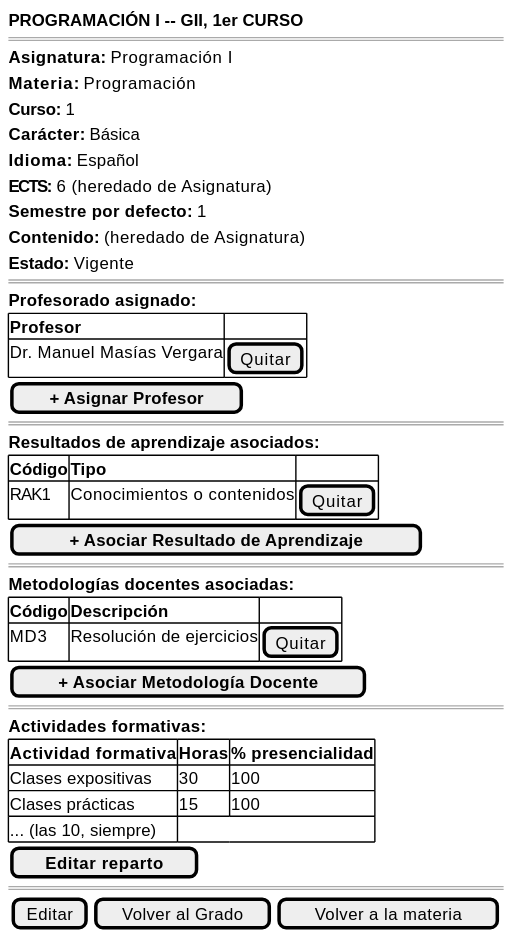
This is images/RUP/01-requisitos/03-detalle-casos-uso/abrirAsignaturaPrograma/wireframe.svg from mmasias/pyCeldaPublico, a PlantUML export, as it was before one commit.
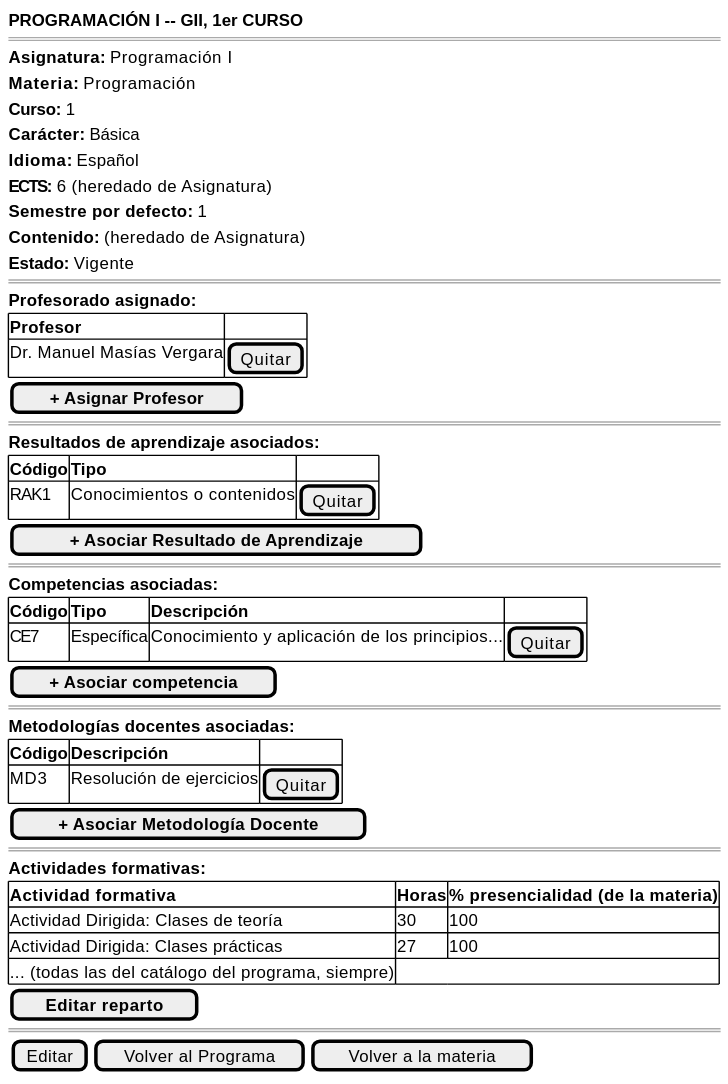
After the commit.

Change to the diagram source:
```diff
@@ -1,4 +1,4 @@
-@startsalt abrirAsignaturaGrado-wireframe
+@startsalt abrirAsignaturaPrograma-wireframe
 {
     <b>PROGRAMACIÓN I -- GII, 1er CURSO</b>
     ====
@@ -26,6 +26,13 @@
     }
     [ <b>+ Asociar Resultado de Aprendizaje</b> ]
     ====
+    <b>Competencias asociadas:</b>
+    {#
+        <b>Código | <b>Tipo | <b>Descripción | .
+        CE7 | Específica | Conocimiento y aplicación de los principios... | [Quitar]
+    }
+    [ <b>+ Asociar competencia</b> ]
+    ====
     <b>Metodologías docentes asociadas:</b>
     {#
         <b>Código | <b>Descripción | .
@@ -35,13 +42,13 @@
     ====
     <b>Actividades formativas:</b>
     {#
-        <b>Actividad formativa | <b>Horas | <b>% presencialidad
-        Clases expositivas | 30 | 100
-        Clases prácticas | 15 | 100
-        ... (las 10, siempre) | |
+        <b>Actividad formativa | <b>Horas | <b>% presencialidad (de la materia)
+        Actividad Dirigida: Clases de teoría | 30 | 100
+        Actividad Dirigida: Clases prácticas | 27 | 100
+        ... (todas las del catálogo del programa, siempre) | |
     }
     [ <b>Editar reparto</b> ]
     ====
-    {[Editar] | [Volver al Grado] | [Volver a la materia]}
+    {[Editar] | [Volver al Programa] | [Volver a la materia]}
 }
 @endsalt
```
